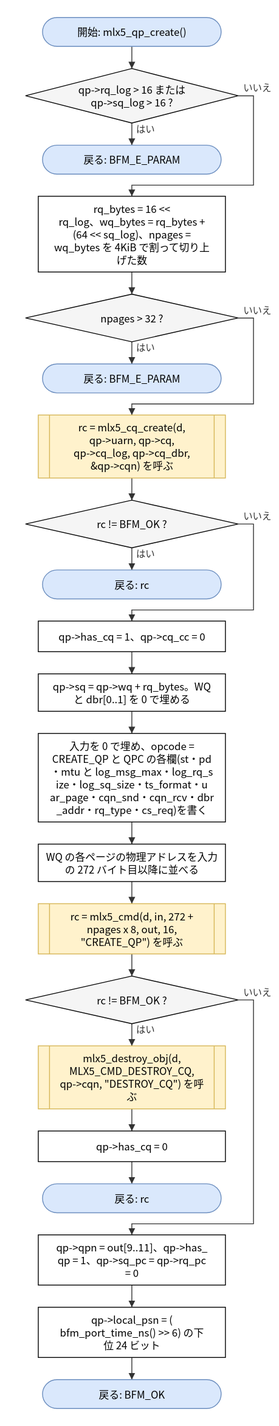
Above: doc/spec/images/flow_src_mlx5_qp-mlx5_qp_create.drawio.svg in hf355051012-ai/bfmem (draw.io), before the change. Source tidied: cells renumbered, new cells last; positions are measured from the earlier drawing's top-left corner, leaving out a move shared by most shapes.
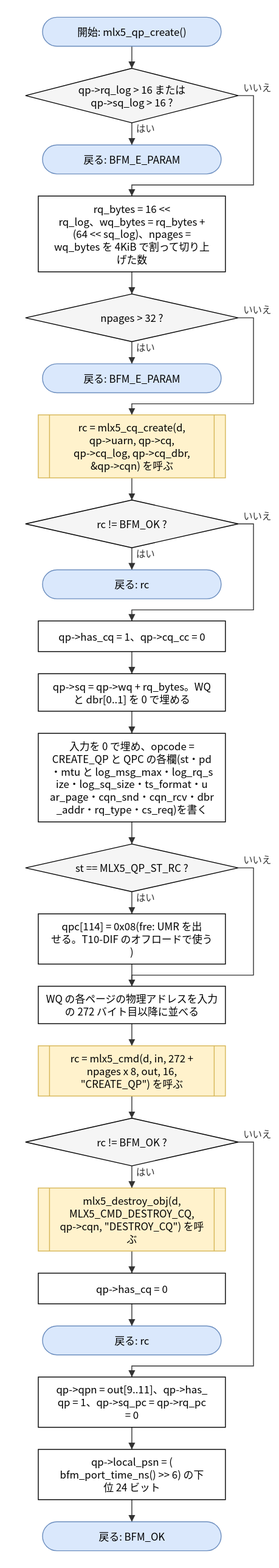
Later version of the same file.

The edit, as a diff of the source:
```diff
@@ -38,33 +38,39 @@
     <mxCell id="13" value="入力を 0 で埋め、opcode =&lt;br&gt;CREATE_QP と QPC の各欄(st・pd&lt;br&gt;・mtu と log_msg_max・log_rq_s&lt;br&gt;ize・log_sq_size・ts_format・u&lt;br&gt;ar_page・cqn_snd・cqn_rcv・dbr&lt;br&gt;_addr・rq_type・cs_req)を書く" style="rounded=0;whiteSpace=wrap;html=1;" parent="1" vertex="1">
       <mxGeometry x="15" y="841" width="220" height="104" as="geometry" />
     </mxCell>
-    <mxCell id="14" value="WQ の各ページの物理アドレスを入力&lt;br&gt;の 272 バイト目以降に並べる" style="rounded=0;whiteSpace=wrap;html=1;" parent="1" vertex="1">
-      <mxGeometry x="15" y="971" width="220" height="44" as="geometry" />
+    <mxCell id="14" value="st == MLX5_QP_ST_RC ?" style="rhombus;whiteSpace=wrap;html=1;fillColor=#f5f5f5;" parent="1" vertex="1">
+      <mxGeometry y="971" width="250" height="56" as="geometry" />
     </mxCell>
-    <mxCell id="15" value="rc = mlx5_cmd(d, in, 272 +&lt;br&gt;npages x 8, out, 16,&lt;br&gt;&amp;quot;CREATE_QP&amp;quot;) を呼ぶ" style="shape=process;whiteSpace=wrap;html=1;backgroundOutline=1;size=0.06;fillColor=#fff2cc;strokeColor=#d6b656;" parent="1" vertex="1">
-      <mxGeometry x="15" y="1041" width="220" height="59" as="geometry" />
+    <mxCell id="15" value="qpc[114] = 0x08(fre: UMR を出&lt;br&gt;せる。T10-DIF のオフロードで使う&lt;br&gt;)" style="rounded=0;whiteSpace=wrap;html=1;" parent="1" vertex="1">
+      <mxGeometry x="15" y="1053" width="220" height="59" as="geometry" />
     </mxCell>
-    <mxCell id="16" value="rc != BFM_OK ?" style="rhombus;whiteSpace=wrap;html=1;fillColor=#f5f5f5;" parent="1" vertex="1">
-      <mxGeometry y="1126" width="250" height="56" as="geometry" />
+    <mxCell id="16" value="WQ の各ページの物理アドレスを入力&lt;br&gt;の 272 バイト目以降に並べる" style="rounded=0;whiteSpace=wrap;html=1;" parent="1" vertex="1">
+      <mxGeometry x="15" y="1138" width="220" height="44" as="geometry" />
     </mxCell>
-    <mxCell id="17" value="mlx5_destroy_obj(d,&lt;br&gt;MLX5_CMD_DESTROY_CQ,&lt;br&gt;qp-&amp;gt;cqn, &amp;quot;DESTROY_CQ&amp;quot;) を呼&lt;br&gt;ぶ" style="shape=process;whiteSpace=wrap;html=1;backgroundOutline=1;size=0.06;fillColor=#fff2cc;strokeColor=#d6b656;" parent="1" vertex="1">
-      <mxGeometry x="15" y="1208" width="220" height="74" as="geometry" />
+    <mxCell id="17" value="rc = mlx5_cmd(d, in, 272 +&lt;br&gt;npages x 8, out, 16,&lt;br&gt;&amp;quot;CREATE_QP&amp;quot;) を呼ぶ" style="shape=process;whiteSpace=wrap;html=1;backgroundOutline=1;size=0.06;fillColor=#fff2cc;strokeColor=#d6b656;" parent="1" vertex="1">
+      <mxGeometry x="15" y="1208" width="220" height="59" as="geometry" />
     </mxCell>
-    <mxCell id="18" value="qp-&amp;gt;has_cq = 0" style="rounded=0;whiteSpace=wrap;html=1;" parent="1" vertex="1">
-      <mxGeometry x="15" y="1308" width="220" height="36" as="geometry" />
+    <mxCell id="18" value="rc != BFM_OK ?" style="rhombus;whiteSpace=wrap;html=1;fillColor=#f5f5f5;" parent="1" vertex="1">
+      <mxGeometry y="1293" width="250" height="56" as="geometry" />
     </mxCell>
-    <mxCell id="19" value="戻る: rc" style="rounded=1;arcSize=50;whiteSpace=wrap;html=1;fillColor=#dae8fc;strokeColor=#6c8ebf;" parent="1" vertex="1">
-      <mxGeometry x="20" y="1370" width="210" height="34" as="geometry" />
+    <mxCell id="19" value="mlx5_destroy_obj(d,&lt;br&gt;MLX5_CMD_DESTROY_CQ,&lt;br&gt;qp-&amp;gt;cqn, &amp;quot;DESTROY_CQ&amp;quot;) を呼&lt;br&gt;ぶ" style="shape=process;whiteSpace=wrap;html=1;backgroundOutline=1;size=0.06;fillColor=#fff2cc;strokeColor=#d6b656;" parent="1" vertex="1">
+      <mxGeometry x="15" y="1375" width="220" height="74" as="geometry" />
     </mxCell>
-    <mxCell id="20" value="qp-&amp;gt;qpn = out[9..11]、qp-&amp;gt;has_&lt;br&gt;qp = 1、qp-&amp;gt;sq_pc = qp-&amp;gt;rq_pc&lt;br&gt;= 0" style="rounded=0;whiteSpace=wrap;html=1;" parent="1" vertex="1">
-      <mxGeometry x="15" y="1430" width="220" height="59" as="geometry" />
+    <mxCell id="20" value="qp-&amp;gt;has_cq = 0" style="rounded=0;whiteSpace=wrap;html=1;" parent="1" vertex="1">
+      <mxGeometry x="15" y="1475" width="220" height="36" as="geometry" />
     </mxCell>
-    <mxCell id="21" value="qp-&amp;gt;local_psn = (&lt;br&gt;bfm_port_time_ns() &amp;gt;&amp;gt; 6) の下&lt;br&gt;位 24 ビット" style="rounded=0;whiteSpace=wrap;html=1;" parent="1" vertex="1">
-      <mxGeometry x="15" y="1515" width="220" height="59" as="geometry" />
+    <mxCell id="21" value="戻る: rc" style="rounded=1;arcSize=50;whiteSpace=wrap;html=1;fillColor=#dae8fc;strokeColor=#6c8ebf;" parent="1" vertex="1">
+      <mxGeometry x="20" y="1537" width="210" height="34" as="geometry" />
     </mxCell>
-    <mxCell id="22" value="戻る: BFM_OK" style="rounded=1;arcSize=50;whiteSpace=wrap;html=1;fillColor=#dae8fc;strokeColor=#6c8ebf;" parent="1" vertex="1">
-      <mxGeometry x="20" y="1600" width="210" height="34" as="geometry" />
+    <mxCell id="22" value="qp-&amp;gt;qpn = out[9..11]、qp-&amp;gt;has_&lt;br&gt;qp = 1、qp-&amp;gt;sq_pc = qp-&amp;gt;rq_pc&lt;br&gt;= 0" style="rounded=0;whiteSpace=wrap;html=1;" parent="1" vertex="1">
+      <mxGeometry x="15" y="1597" width="220" height="59" as="geometry" />
     </mxCell>
+    <mxCell id="43" value="qp-&amp;gt;local_psn = (&lt;br&gt;bfm_port_time_ns() &amp;gt;&amp;gt; 6) の下&lt;br&gt;位 24 ビット" style="rounded=0;whiteSpace=wrap;html=1;" parent="1" vertex="1">
+      <mxGeometry x="15" y="1682" width="220" height="59" as="geometry" />
+    </mxCell>
+    <mxCell id="44" value="戻る: BFM_OK" style="rounded=1;arcSize=50;whiteSpace=wrap;html=1;fillColor=#dae8fc;strokeColor=#6c8ebf;" parent="1" vertex="1">
+      <mxGeometry x="20" y="1767" width="210" height="34" as="geometry" />
+    </mxCell>
     <mxCell id="23" style="edgeStyle=none;html=1;rounded=0;endArrow=block;endFill=1;exitX=0.5000;exitY=1.0000;exitDx=0;exitDy=0;exitPerimeter=0;entryX=0.5000;entryY=0.0000;entryDx=0;entryDy=0;entryPerimeter=0;" parent="1" edge="1" source="2" target="3">
       <mxGeometry relative="1" as="geometry" />
     </mxCell>
@@ -119,35 +125,50 @@
     <mxCell id="34" style="edgeStyle=none;html=1;rounded=0;endArrow=block;endFill=1;exitX=0.5000;exitY=1.0000;exitDx=0;exitDy=0;exitPerimeter=0;entryX=0.5000;entryY=0.0000;entryDx=0;entryDy=0;entryPerimeter=0;" parent="1" edge="1" source="13" target="14">
       <mxGeometry relative="1" as="geometry" />
     </mxCell>
-    <mxCell id="35" style="edgeStyle=none;html=1;rounded=0;endArrow=block;endFill=1;exitX=0.5000;exitY=1.0000;exitDx=0;exitDy=0;exitPerimeter=0;entryX=0.5000;entryY=0.0000;entryDx=0;entryDy=0;entryPerimeter=0;" parent="1" edge="1" source="14" target="15">
+    <mxCell id="35" value="はい" style="edgeStyle=none;html=1;rounded=0;endArrow=block;endFill=1;exitX=0.5000;exitY=1.0000;exitDx=0;exitDy=0;exitPerimeter=0;entryX=0.5000;entryY=0.0000;entryDx=0;entryDy=0;entryPerimeter=0;" parent="1" edge="1" source="14" target="15">
       <mxGeometry relative="1" as="geometry" />
     </mxCell>
     <mxCell id="36" style="edgeStyle=none;html=1;rounded=0;endArrow=block;endFill=1;exitX=0.5000;exitY=1.0000;exitDx=0;exitDy=0;exitPerimeter=0;entryX=0.5000;entryY=0.0000;entryDx=0;entryDy=0;entryPerimeter=0;" parent="1" edge="1" source="15" target="16">
       <mxGeometry relative="1" as="geometry" />
     </mxCell>
-    <mxCell id="37" value="はい" style="edgeStyle=none;html=1;rounded=0;endArrow=block;endFill=1;exitX=0.5000;exitY=1.0000;exitDx=0;exitDy=0;exitPerimeter=0;entryX=0.5000;entryY=0.0000;entryDx=0;entryDy=0;entryPerimeter=0;" parent="1" edge="1" source="16" target="17">
-      <mxGeometry relative="1" as="geometry" />
+    <mxCell id="37" value="いいえ" style="edgeStyle=none;html=1;rounded=0;endArrow=block;endFill=1;exitX=1.0000;exitY=0.5000;exitDx=0;exitDy=0;exitPerimeter=0;entryX=0.5000;entryY=0.0000;entryDx=0;entryDy=0;entryPerimeter=0;" parent="1" edge="1" source="14" target="16">
+      <mxGeometry relative="1" as="geometry">
+        <Array as="points">
+          <mxPoint x="268" y="999" />
+          <mxPoint x="268" y="1125" />
+          <mxPoint x="125" y="1125" />
+        </Array>
+      </mxGeometry>
     </mxCell>
-    <mxCell id="38" style="edgeStyle=none;html=1;rounded=0;endArrow=block;endFill=1;exitX=0.5000;exitY=1.0000;exitDx=0;exitDy=0;exitPerimeter=0;entryX=0.5000;entryY=0.0000;entryDx=0;entryDy=0;entryPerimeter=0;" parent="1" edge="1" source="17" target="18">
+    <mxCell id="38" style="edgeStyle=none;html=1;rounded=0;endArrow=block;endFill=1;exitX=0.5000;exitY=1.0000;exitDx=0;exitDy=0;exitPerimeter=0;entryX=0.5000;entryY=0.0000;entryDx=0;entryDy=0;entryPerimeter=0;" parent="1" edge="1" source="16" target="17">
       <mxGeometry relative="1" as="geometry" />
     </mxCell>
-    <mxCell id="39" style="edgeStyle=none;html=1;rounded=0;endArrow=block;endFill=1;exitX=0.5000;exitY=1.0000;exitDx=0;exitDy=0;exitPerimeter=0;entryX=0.5000;entryY=0.0000;entryDx=0;entryDy=0;entryPerimeter=0;" parent="1" edge="1" source="18" target="19">
+    <mxCell id="39" style="edgeStyle=none;html=1;rounded=0;endArrow=block;endFill=1;exitX=0.5000;exitY=1.0000;exitDx=0;exitDy=0;exitPerimeter=0;entryX=0.5000;entryY=0.0000;entryDx=0;entryDy=0;entryPerimeter=0;" parent="1" edge="1" source="17" target="18">
       <mxGeometry relative="1" as="geometry" />
     </mxCell>
-    <mxCell id="40" value="いいえ" style="edgeStyle=none;html=1;rounded=0;endArrow=block;endFill=1;exitX=1.0000;exitY=0.5000;exitDx=0;exitDy=0;exitPerimeter=0;entryX=0.5000;entryY=0.0000;entryDx=0;entryDy=0;entryPerimeter=0;" parent="1" edge="1" source="16" target="20">
-      <mxGeometry relative="1" as="geometry">
-        <Array as="points">
-          <mxPoint x="268" y="1154" />
-          <mxPoint x="268" y="1417" />
-          <mxPoint x="125" y="1417" />
-        </Array>
-      </mxGeometry>
+    <mxCell id="40" value="はい" style="edgeStyle=none;html=1;rounded=0;endArrow=block;endFill=1;exitX=0.5000;exitY=1.0000;exitDx=0;exitDy=0;exitPerimeter=0;entryX=0.5000;entryY=0.0000;entryDx=0;entryDy=0;entryPerimeter=0;" parent="1" edge="1" source="18" target="19">
+      <mxGeometry relative="1" as="geometry" />
     </mxCell>
-    <mxCell id="41" style="edgeStyle=none;html=1;rounded=0;endArrow=block;endFill=1;exitX=0.5000;exitY=1.0000;exitDx=0;exitDy=0;exitPerimeter=0;entryX=0.5000;entryY=0.0000;entryDx=0;entryDy=0;entryPerimeter=0;" parent="1" edge="1" source="20" target="21">
+    <mxCell id="41" style="edgeStyle=none;html=1;rounded=0;endArrow=block;endFill=1;exitX=0.5000;exitY=1.0000;exitDx=0;exitDy=0;exitPerimeter=0;entryX=0.5000;entryY=0.0000;entryDx=0;entryDy=0;entryPerimeter=0;" parent="1" edge="1" source="19" target="20">
       <mxGeometry relative="1" as="geometry" />
     </mxCell>
-    <mxCell id="42" style="edgeStyle=none;html=1;rounded=0;endArrow=block;endFill=1;exitX=0.5000;exitY=1.0000;exitDx=0;exitDy=0;exitPerimeter=0;entryX=0.5000;entryY=0.0000;entryDx=0;entryDy=0;entryPerimeter=0;" parent="1" edge="1" source="21" target="22">
+    <mxCell id="42" style="edgeStyle=none;html=1;rounded=0;endArrow=block;endFill=1;exitX=0.5000;exitY=1.0000;exitDx=0;exitDy=0;exitPerimeter=0;entryX=0.5000;entryY=0.0000;entryDx=0;entryDy=0;entryPerimeter=0;" parent="1" edge="1" source="20" target="21">
       <mxGeometry relative="1" as="geometry" />
     </mxCell>
+    <mxCell id="45" value="いいえ" style="edgeStyle=none;html=1;rounded=0;endArrow=block;endFill=1;exitX=1.0000;exitY=0.5000;exitDx=0;exitDy=0;exitPerimeter=0;entryX=0.5000;entryY=0.0000;entryDx=0;entryDy=0;entryPerimeter=0;" parent="1" edge="1" source="18" target="22">
+      <mxGeometry relative="1" as="geometry">
+        <Array as="points">
+          <mxPoint x="268" y="1321" />
+          <mxPoint x="268" y="1584" />
+          <mxPoint x="125" y="1584" />
+        </Array>
+      </mxGeometry>
+    </mxCell>
+    <mxCell id="46" style="edgeStyle=none;html=1;rounded=0;endArrow=block;endFill=1;exitX=0.5000;exitY=1.0000;exitDx=0;exitDy=0;exitPerimeter=0;entryX=0.5000;entryY=0.0000;entryDx=0;entryDy=0;entryPerimeter=0;" parent="1" edge="1" source="22" target="43">
+      <mxGeometry relative="1" as="geometry" />
+    </mxCell>
+    <mxCell id="47" style="edgeStyle=none;html=1;rounded=0;endArrow=block;endFill=1;exitX=0.5000;exitY=1.0000;exitDx=0;exitDy=0;exitPerimeter=0;entryX=0.5000;entryY=0.0000;entryDx=0;entryDy=0;entryPerimeter=0;" parent="1" edge="1" source="43" target="44">
+      <mxGeometry relative="1" as="geometry" />
+    </mxCell>
   </root>
 </mxGraphModel>
```
